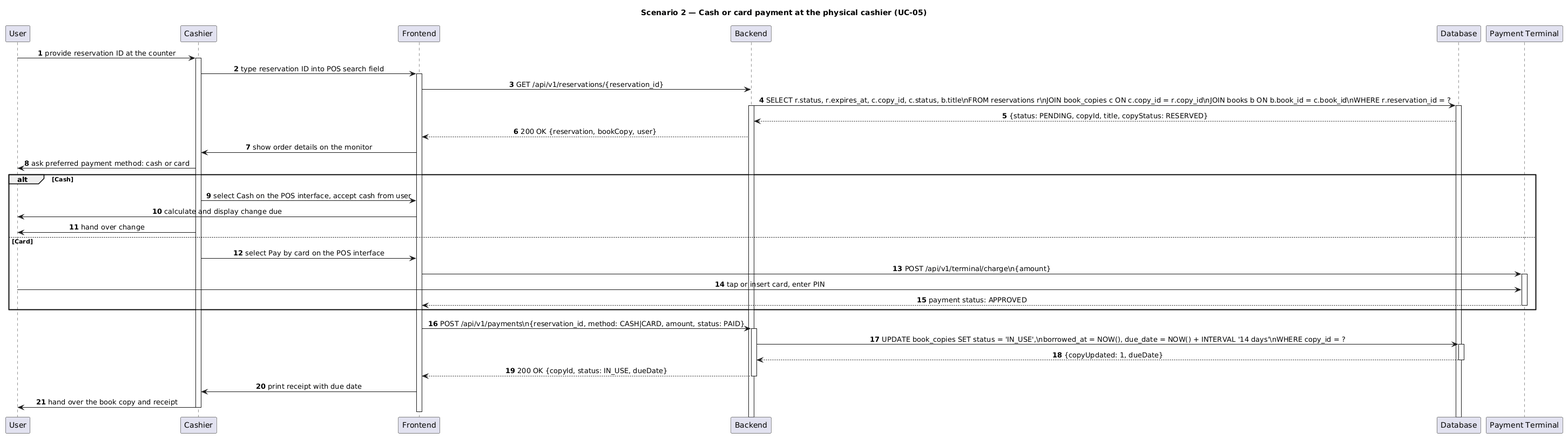
Above: Lab3/artifacts/scenario-2.png in dimpennn/KPI-2 (PlantUML), before the change. The source it was exported from:
```plantuml
@startuml
title Scenario 2 — Cash or card payment at the physical cashier (UC-05)
skinparam sequenceMessageAlign center

participant "User" as User
participant "Cashier" as Cashier
participant "Frontend" as Frontend
participant "Backend" as Backend
participant "Database" as Database
participant "Payment Terminal" as Terminal

autonumber

User -> Cashier: provide reservation ID at the counter
activate Cashier

Cashier -> Frontend: type reservation ID into POS search field
activate Frontend

Frontend -> Backend: GET /api/v1/reservations/{reservation_id}

Backend -> Database: SELECT r.status, r.expires_at, c.copy_id, c.status, b.title\\nFROM reservations r\\nJOIN book_copies c ON c.copy_id = r.copy_id\\nJOIN books b ON b.book_id = c.book_id\\nWHERE r.reservation_id = ?
activate Backend
activate Database
Database --> Backend: {status: PENDING, copyId, title, copyStatus: RESERVED}

Backend --> Frontend: 200 OK {reservation, bookCopy, user}
Frontend -> Cashier: show order details on the monitor

Cashier -> User: ask preferred payment method: cash or card

alt Cash
  Cashier -> Frontend: select Cash on the POS interface, accept cash from user
  Frontend -> User: calculate and display change due
  Cashier -> User: hand over change
else Card
  Cashier -> Frontend: select Pay by card on the POS interface
  Frontend -> Terminal: POST /api/v1/terminal/charge\\n{amount}
  activate Terminal
  User -> Terminal: tap or insert card, enter PIN
  Terminal --> Frontend: payment status: APPROVED
  deactivate Terminal
end

Frontend -> Backend: POST /api/v1/payments\\n{reservation_id, method: CASH|CARD, amount, status: PAID}
activate Backend

Backend -> Database: UPDATE book_copies SET status = 'IN_USE',\\nborrowed_at = NOW(), due_date = NOW() + INTERVAL '14 days'\\nWHERE copy_id = ?
activate Database
Database --> Backend: {copyUpdated: 1, dueDate}
deactivate Database

Backend --> Frontend: 200 OK {copyId, status: IN_USE, dueDate}
deactivate Backend

Frontend -> Cashier: print receipt with due date
Cashier -> User: hand over the book copy and receipt

deactivate Cashier
deactivate Frontend
@enduml
```
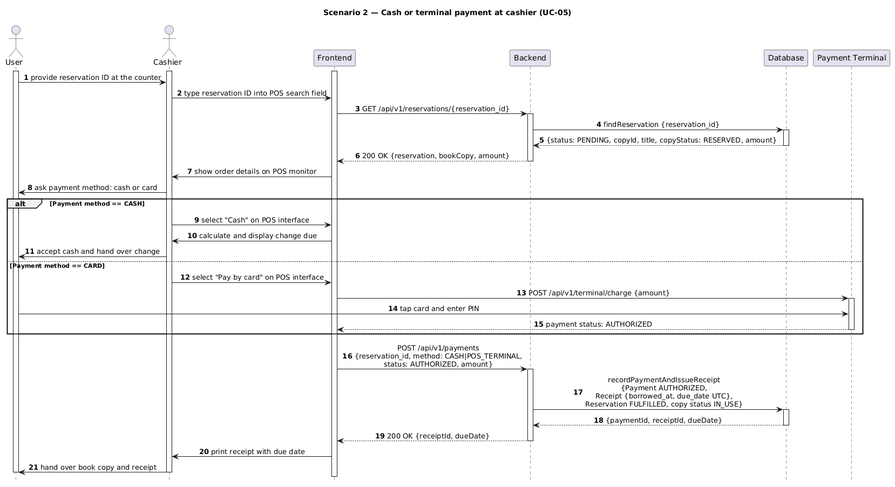
Above is the later version.

The edit, as a diff of the source:
```diff
@@ -1,9 +1,10 @@
 @startuml
-title Scenario 2 — Cash or card payment at the physical cashier (UC-05)
+title Scenario 2 — Cash or terminal payment at cashier (UC-05)
 skinparam sequenceMessageAlign center
+hide footbox
 
-participant "User" as User
-participant "Cashier" as Cashier
+actor "User" as User
+actor "Cashier" as Cashier
 participant "Frontend" as Frontend
 participant "Backend" as Backend
 participant "Database" as Database
@@ -11,51 +12,51 @@
 
 autonumber
 
-User -> Cashier: provide reservation ID at the counter
+activate User
 activate Cashier
-
-Cashier -> Frontend: type reservation ID into POS search field
 activate Frontend
 
+User -> Cashier: provide reservation ID at the counter
+Cashier -> Frontend: type reservation ID into POS search field
+
 Frontend -> Backend: GET /api/v1/reservations/{reservation_id}
+activate Backend
+Backend -> Database: findReservation {reservation_id}
+activate Database
+Database --> Backend: {status: PENDING, copyId, title, copyStatus: RESERVED, amount}
+deactivate Database
+Backend --> Frontend: 200 OK {reservation, bookCopy, amount}
+deactivate Backend
 
-Backend -> Database: SELECT r.status, r.expires_at, c.copy_id, c.status, b.title\\nFROM reservations r\\nJOIN book_copies c ON c.copy_id = r.copy_id\\nJOIN books b ON b.book_id = c.book_id\\nWHERE r.reservation_id = ?
-activate Backend
-activate Database
-Database --> Backend: {status: PENDING, copyId, title, copyStatus: RESERVED}
+Frontend -> Cashier: show order details on POS monitor
+Cashier -> User: ask payment method: cash or card
 
-Backend --> Frontend: 200 OK {reservation, bookCopy, user}
-Frontend -> Cashier: show order details on the monitor
-
-Cashier -> User: ask preferred payment method: cash or card
-
-alt Cash
-  Cashier -> Frontend: select Cash on the POS interface, accept cash from user
-  Frontend -> User: calculate and display change due
-  Cashier -> User: hand over change
-else Card
-  Cashier -> Frontend: select Pay by card on the POS interface
-  Frontend -> Terminal: POST /api/v1/terminal/charge\\n{amount}
+alt Payment method == CASH
+  Cashier -> Frontend: select "Cash" on POS interface
+  Frontend -> Cashier: calculate and display change due
+  Cashier -> User: accept cash and hand over change
+else Payment method == CARD
+  Cashier -> Frontend: select "Pay by card" on POS interface
+  Frontend -> Terminal: POST /api/v1/terminal/charge {amount}
   activate Terminal
-  User -> Terminal: tap or insert card, enter PIN
-  Terminal --> Frontend: payment status: APPROVED
+  User -> Terminal: tap card and enter PIN
+  Terminal --> Frontend: payment status: AUTHORIZED
   deactivate Terminal
 end
 
-Frontend -> Backend: POST /api/v1/payments\\n{reservation_id, method: CASH|CARD, amount, status: PAID}
+Frontend -> Backend: POST /api/v1/payments\n{reservation_id, method: CASH|POS_TERMINAL,\nstatus: AUTHORIZED, amount}
 activate Backend
-
-Backend -> Database: UPDATE book_copies SET status = 'IN_USE',\\nborrowed_at = NOW(), due_date = NOW() + INTERVAL '14 days'\\nWHERE copy_id = ?
+Backend -> Database: recordPaymentAndIssueReceipt\n{Payment AUTHORIZED,\nReceipt {borrowed_at, due_date UTC},\nReservation FULFILLED, copy status IN_USE}
 activate Database
-Database --> Backend: {copyUpdated: 1, dueDate}
+Database --> Backend: {paymentId, receiptId, dueDate}
 deactivate Database
-
-Backend --> Frontend: 200 OK {copyId, status: IN_USE, dueDate}
+Backend --> Frontend: 200 OK {receiptId, dueDate}
 deactivate Backend
 
 Frontend -> Cashier: print receipt with due date
-Cashier -> User: hand over the book copy and receipt
+Cashier -> User: hand over book copy and receipt
 
 deactivate Cashier
 deactivate Frontend
+deactivate User
 @enduml
```
